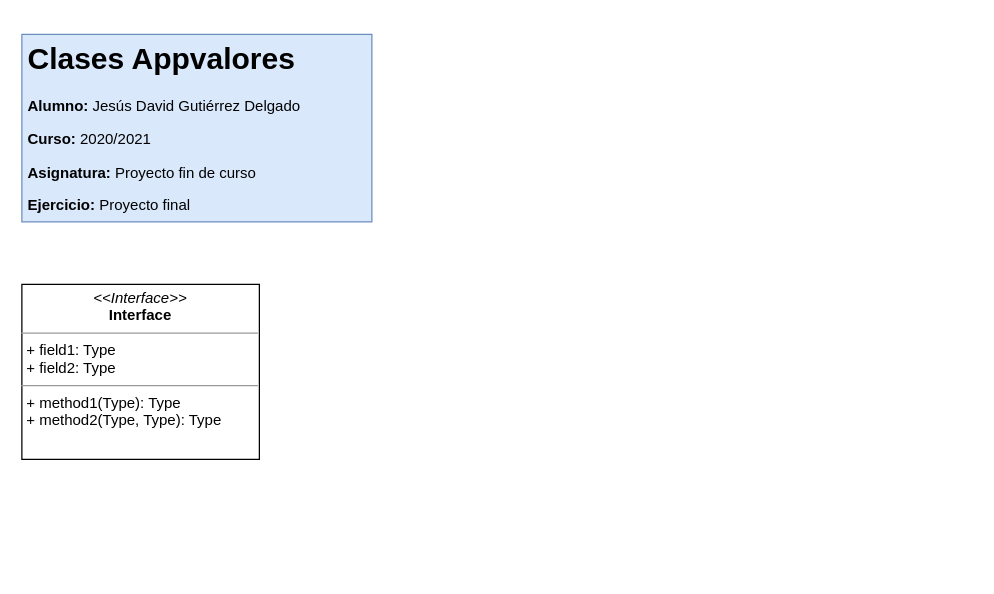
The draw.io diagram Diagrama clases.drawio in jesusdavidguti/ProyectoFinDeCurso, before the edit. Source tidied: cells renumbered, new cells numbered last; positions are measured from the earlier drawing's top-left corner, leaving out a move shared by most shapes. Both pictures are drawn from the tidied source at 125%, with x=0, y=0 at pixel (21, 34).
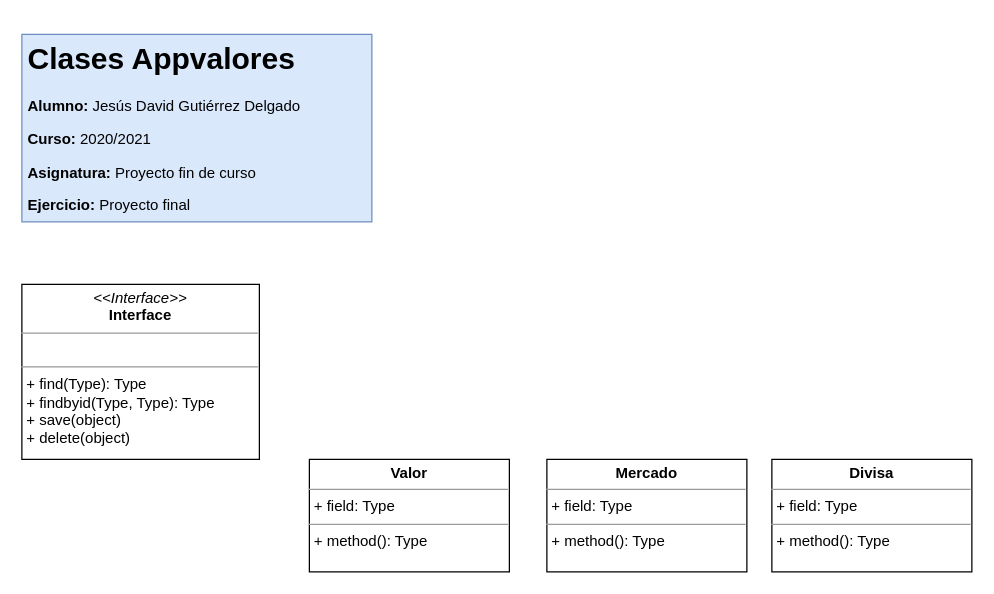
The same page after the edit.

Commit message:
Diagrama uml

Modificación

Change to the diagram source:
```diff
@@
 <mxGraphModel>
   <root>
     <mxCell id="0" />
     <mxCell id="1" parent="0" />
     <mxCell id="2" value="&lt;h1&gt;Clases Appvalores&lt;/h1&gt;&lt;p&gt;&lt;b&gt;Alumno:&lt;/b&gt;&amp;nbsp;Jesús David Gutiérrez Delgado&lt;/p&gt;&lt;p&gt;&lt;b&gt;Curso:&amp;nbsp;&lt;/b&gt;2020/2021&lt;/p&gt;&lt;p&gt;&lt;b&gt;Asignatura:&lt;/b&gt;&amp;nbsp;Proyecto fin de curso&lt;/p&gt;&lt;p&gt;&lt;b&gt;Ejercicio:&lt;/b&gt;&amp;nbsp;Proyecto final&lt;br&gt;&lt;br&gt;&lt;/p&gt;" style="text;html=1;strokeColor=#6c8ebf;fillColor=#dae8fc;spacing=5;spacingTop=-20;whiteSpace=wrap;overflow=hidden;rounded=0;" parent="1" vertex="1">
       <mxGeometry width="280" height="150" as="geometry" />
     </mxCell>
-    <mxCell id="3" value="&lt;p style=&quot;margin:0px;margin-top:4px;text-align:center;&quot;&gt;&lt;i&gt;&amp;lt;&amp;lt;Interface&amp;gt;&amp;gt;&lt;/i&gt;&lt;br/&gt;&lt;b&gt;Interface&lt;/b&gt;&lt;/p&gt;&lt;hr size=&quot;1&quot;/&gt;&lt;p style=&quot;margin:0px;margin-left:4px;&quot;&gt;+ field1: Type&lt;br/&gt;+ field2: Type&lt;/p&gt;&lt;hr size=&quot;1&quot;/&gt;&lt;p style=&quot;margin:0px;margin-left:4px;&quot;&gt;+ method1(Type): Type&lt;br/&gt;+ method2(Type, Type): Type&lt;/p&gt;" style="verticalAlign=top;align=left;overflow=fill;fontSize=12;fontFamily=Helvetica;html=1;" parent="1" vertex="1">
+    <mxCell id="3" value="&lt;p style=&quot;margin: 0px ; margin-top: 4px ; text-align: center&quot;&gt;&lt;i&gt;&amp;lt;&amp;lt;Interface&amp;gt;&amp;gt;&lt;/i&gt;&lt;br&gt;&lt;b&gt;Interface&lt;/b&gt;&lt;/p&gt;&lt;hr size=&quot;1&quot;&gt;&lt;p style=&quot;margin: 0px ; margin-left: 4px&quot;&gt;&lt;br&gt;&lt;/p&gt;&lt;hr size=&quot;1&quot;&gt;&lt;p style=&quot;margin: 0px ; margin-left: 4px&quot;&gt;+ find(Type): Type&lt;br&gt;+ findbyid(Type, Type): Type&lt;/p&gt;&lt;p style=&quot;margin: 0px ; margin-left: 4px&quot;&gt;+ save(object)&lt;/p&gt;&lt;p style=&quot;margin: 0px ; margin-left: 4px&quot;&gt;+ delete(object)&lt;/p&gt;" style="verticalAlign=top;align=left;overflow=fill;fontSize=12;fontFamily=Helvetica;html=1;" parent="1" vertex="1">
       <mxGeometry y="200" width="190" height="140" as="geometry" />
     </mxCell>
+    <mxCell id="4" value="&lt;p style=&quot;margin: 0px ; margin-top: 4px ; text-align: center&quot;&gt;&lt;b&gt;Valor&lt;/b&gt;&lt;/p&gt;&lt;hr size=&quot;1&quot;&gt;&lt;p style=&quot;margin: 0px ; margin-left: 4px&quot;&gt;+ field: Type&lt;/p&gt;&lt;hr size=&quot;1&quot;&gt;&lt;p style=&quot;margin: 0px ; margin-left: 4px&quot;&gt;+ method(): Type&lt;/p&gt;" style="verticalAlign=top;align=left;overflow=fill;fontSize=12;fontFamily=Helvetica;html=1;" parent="1" vertex="1">
+      <mxGeometry x="230" y="340" width="160" height="90" as="geometry" />
+    </mxCell>
+    <mxCell id="5" value="&lt;p style=&quot;margin: 0px ; margin-top: 4px ; text-align: center&quot;&gt;&lt;b&gt;Mercado&lt;/b&gt;&lt;/p&gt;&lt;hr size=&quot;1&quot;&gt;&lt;p style=&quot;margin: 0px ; margin-left: 4px&quot;&gt;+ field: Type&lt;/p&gt;&lt;hr size=&quot;1&quot;&gt;&lt;p style=&quot;margin: 0px ; margin-left: 4px&quot;&gt;+ method(): Type&lt;/p&gt;" style="verticalAlign=top;align=left;overflow=fill;fontSize=12;fontFamily=Helvetica;html=1;" parent="1" vertex="1">
+      <mxGeometry x="420" y="340" width="160" height="90" as="geometry" />
+    </mxCell>
+    <mxCell id="6" value="&lt;p style=&quot;margin: 0px ; margin-top: 4px ; text-align: center&quot;&gt;&lt;b&gt;Divisa&lt;/b&gt;&lt;/p&gt;&lt;hr size=&quot;1&quot;&gt;&lt;p style=&quot;margin: 0px ; margin-left: 4px&quot;&gt;+ field: Type&lt;/p&gt;&lt;hr size=&quot;1&quot;&gt;&lt;p style=&quot;margin: 0px ; margin-left: 4px&quot;&gt;+ method(): Type&lt;/p&gt;" style="verticalAlign=top;align=left;overflow=fill;fontSize=12;fontFamily=Helvetica;html=1;" parent="1" vertex="1">
+      <mxGeometry x="600" y="340" width="160" height="90" as="geometry" />
+    </mxCell>
   </root>
 </mxGraphModel>
```
